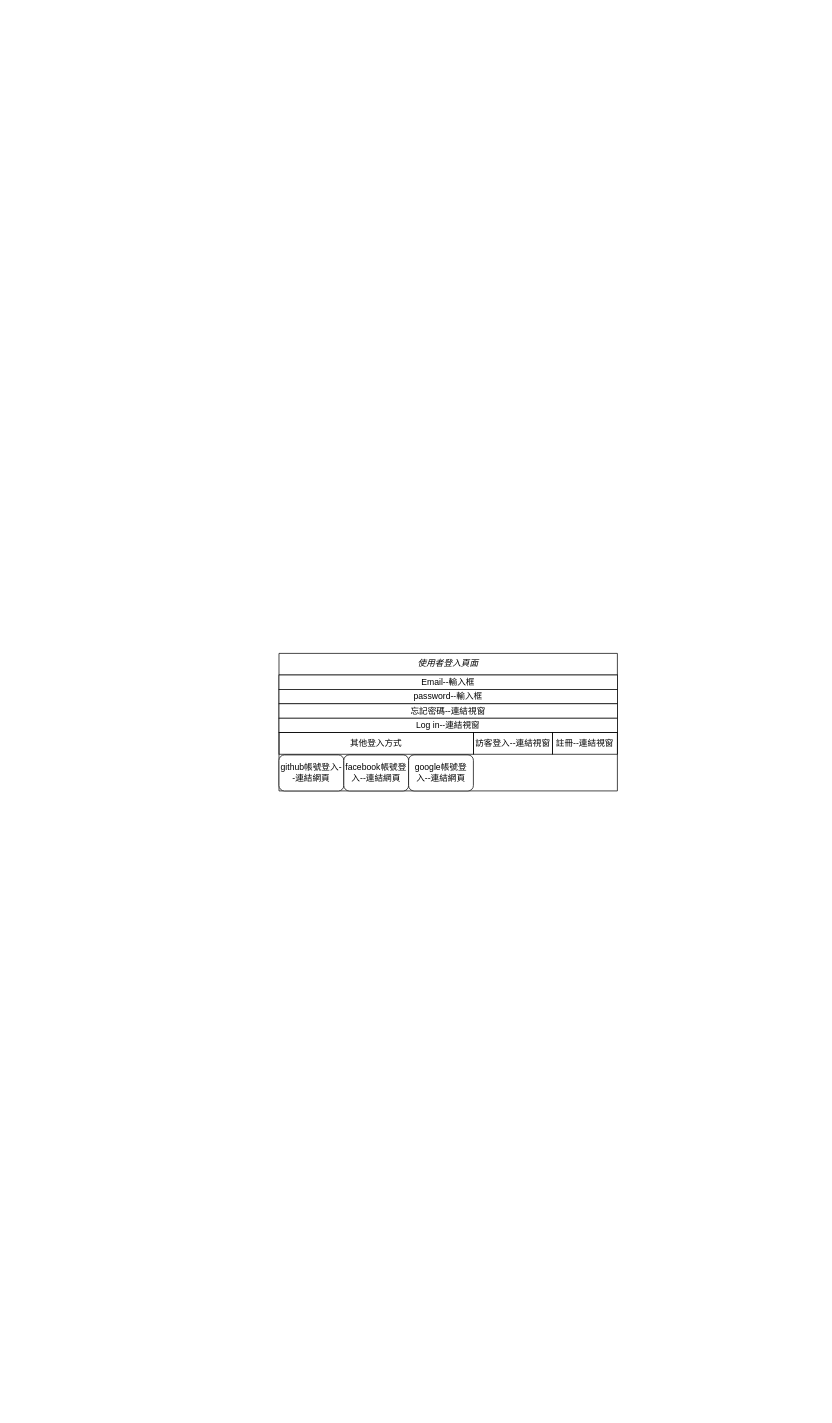
Earlier version of the draw.io diagram Untitled Diagram.drawio (mchotdog9046/dummy-git). Source tidied: cells renumbered, new cells numbered last; positions are measured from the earlier drawing's top-left corner, leaving out a move shared by most shapes. Both pictures are drawn from the tidied source at 72%, with x=0, y=0 at pixel (279, 653).
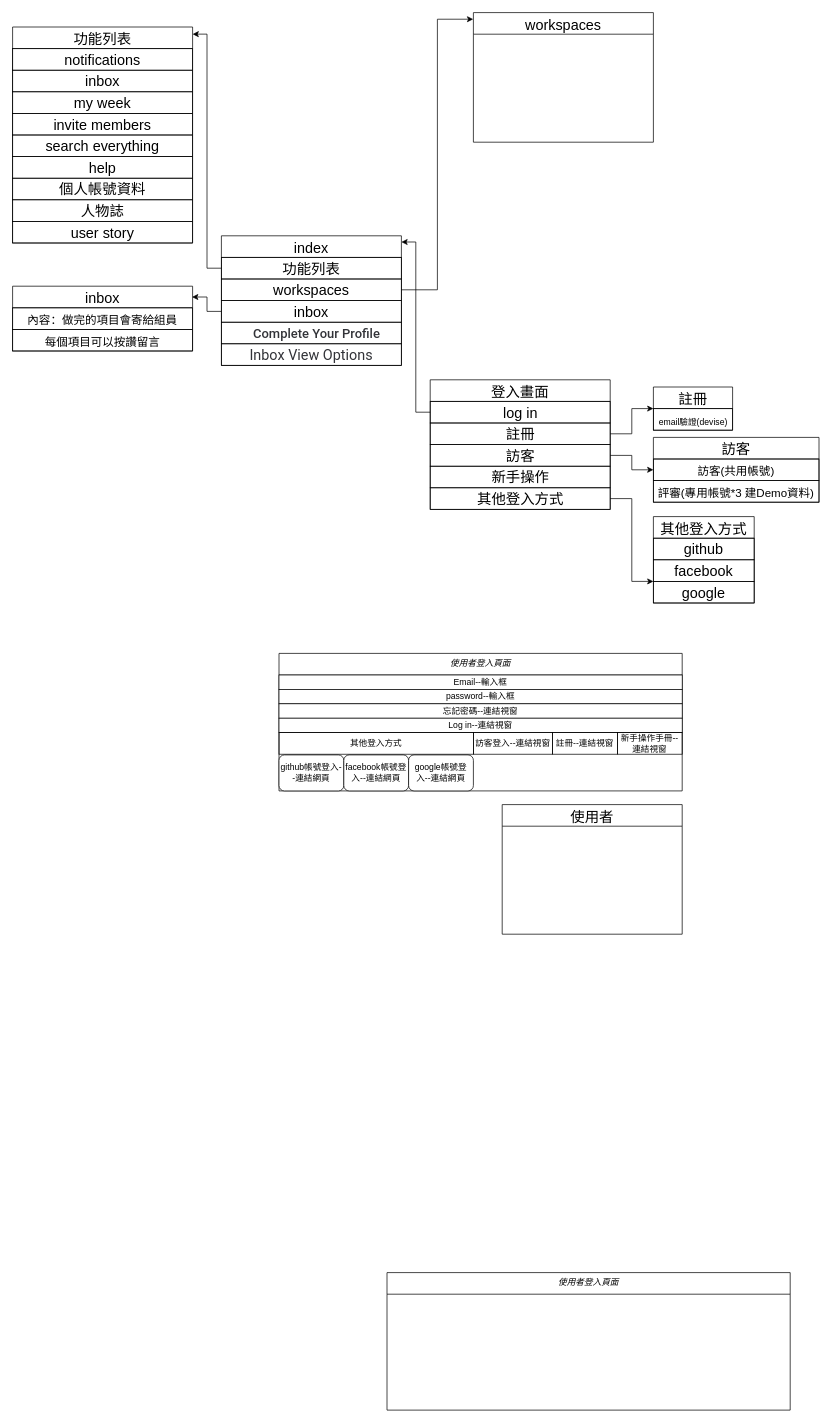
The same page after the edit.

Diff of the diagram source:
```diff
@@
+    <mxCell id="16" value="功能列表" style="swimlane;fontStyle=0;align=center;verticalAlign=middle;horizontal=1;startSize=30;rounded=0;shadow=0;strokeWidth=1;fontSize=20;" parent="1" vertex="1">
+      <mxGeometry x="-370" y="-870" width="250" height="300" as="geometry" />
+    </mxCell>
+    <mxCell id="17" value="notifications" style="rounded=0;whiteSpace=wrap;html=1;strokeColor=#000000;fillColor=none;gradientColor=none;fontSize=20;" parent="16" vertex="1">
+      <mxGeometry y="30" width="250" height="30" as="geometry" />
+    </mxCell>
+    <mxCell id="18" value="inbox" style="rounded=0;whiteSpace=wrap;html=1;strokeColor=#000000;fillColor=none;gradientColor=none;fontSize=20;" parent="16" vertex="1">
+      <mxGeometry y="60" width="250" height="30" as="geometry" />
+    </mxCell>
+    <mxCell id="19" value="my week" style="rounded=0;whiteSpace=wrap;html=1;strokeColor=#000000;fillColor=none;gradientColor=none;fontSize=20;" parent="16" vertex="1">
+      <mxGeometry y="90" width="250" height="30" as="geometry" />
+    </mxCell>
+    <mxCell id="20" value="invite members" style="rounded=0;whiteSpace=wrap;html=1;strokeColor=#000000;fillColor=none;gradientColor=none;fontSize=20;" parent="16" vertex="1">
+      <mxGeometry y="120" width="250" height="30" as="geometry" />
+    </mxCell>
+    <mxCell id="21" value="search everything" style="rounded=0;whiteSpace=wrap;html=1;strokeColor=#000000;fillColor=none;gradientColor=none;fontSize=20;" parent="16" vertex="1">
+      <mxGeometry y="150" width="250" height="30" as="geometry" />
+    </mxCell>
+    <mxCell id="22" value="help" style="rounded=0;whiteSpace=wrap;html=1;strokeColor=#000000;fillColor=none;gradientColor=none;fontSize=20;" parent="16" vertex="1">
+      <mxGeometry y="180" width="250" height="30" as="geometry" />
+    </mxCell>
+    <mxCell id="23" value="個人帳號資料" style="rounded=0;whiteSpace=wrap;html=1;strokeColor=#000000;fillColor=none;gradientColor=none;fontSize=20;" parent="16" vertex="1">
+      <mxGeometry y="210" width="250" height="30" as="geometry" />
+    </mxCell>
+    <mxCell id="24" value="人物誌" style="rounded=0;whiteSpace=wrap;html=1;strokeColor=#000000;fillColor=none;gradientColor=none;fontSize=20;" parent="16" vertex="1">
+      <mxGeometry y="240" width="250" height="30" as="geometry" />
+    </mxCell>
+    <mxCell id="25" value="user story&lt;br&gt;" style="rounded=0;whiteSpace=wrap;html=1;strokeColor=#000000;fillColor=none;gradientColor=none;fontSize=20;" parent="16" vertex="1">
+      <mxGeometry y="270" width="250" height="30" as="geometry" />
+    </mxCell>
+    <mxCell id="26" value="index" style="swimlane;fontStyle=0;align=center;verticalAlign=middle;horizontal=1;startSize=30;rounded=0;shadow=0;strokeWidth=1;fontSize=20;" parent="1" vertex="1">
+      <mxGeometry x="-80" y="-580" width="250" height="180" as="geometry" />
+    </mxCell>
+    <mxCell id="27" value="功能列表" style="rounded=0;whiteSpace=wrap;html=1;strokeColor=#000000;fillColor=none;gradientColor=none;fontSize=20;" parent="26" vertex="1">
+      <mxGeometry y="30" width="250" height="30" as="geometry" />
+    </mxCell>
+    <mxCell id="28" value="workspaces" style="rounded=0;whiteSpace=wrap;html=1;strokeColor=#000000;fillColor=none;gradientColor=none;fontSize=20;" parent="26" vertex="1">
+      <mxGeometry y="60" width="250" height="30" as="geometry" />
+    </mxCell>
+    <mxCell id="29" value="inbox" style="rounded=0;whiteSpace=wrap;html=1;strokeColor=#000000;fillColor=none;gradientColor=none;fontSize=20;" parent="26" vertex="1">
+      <mxGeometry y="90" width="250" height="30" as="geometry" />
+    </mxCell>
+    <mxCell id="30" value="&lt;h2 style=&quot;box-sizing: border-box ; font-family: &amp;#34;roboto&amp;#34; , &amp;#34;helvetica&amp;#34; , &amp;#34;arial&amp;#34; , sans-serif ; font-weight: 500 ; line-height: inherit ; color: rgb(50 , 51 , 56) ; margin: 0px 0px 0px 15px ; font-size: 18px ; padding: 0px ; border: 0px ; font-stretch: inherit ; vertical-align: baseline ; text-align: left ; background-color: rgb(255 , 255 , 255)&quot;&gt;Complete Your Profile&lt;/h2&gt;" style="rounded=0;whiteSpace=wrap;html=1;strokeColor=#000000;fillColor=none;gradientColor=none;fontSize=20;" parent="26" vertex="1">
+      <mxGeometry y="120" width="250" height="30" as="geometry" />
+    </mxCell>
+    <mxCell id="31" value="&lt;span style=&quot;color: rgb(50 , 51 , 56) ; font-family: &amp;#34;roboto&amp;#34; , &amp;#34;helvetica&amp;#34; , &amp;#34;arial&amp;#34; , sans-serif ; background-color: rgb(255 , 255 , 255)&quot;&gt;Inbox View Options&lt;/span&gt;" style="rounded=0;whiteSpace=wrap;html=1;strokeColor=#000000;fillColor=none;gradientColor=none;fontSize=20;" parent="26" vertex="1">
+      <mxGeometry y="150" width="250" height="30" as="geometry" />
+    </mxCell>
+    <mxCell id="32" value="inbox" style="swimlane;fontStyle=0;align=center;verticalAlign=middle;horizontal=1;startSize=30;rounded=0;shadow=0;strokeWidth=1;fontSize=20;" parent="1" vertex="1">
+      <mxGeometry x="-370" y="-510" width="250" height="90" as="geometry" />
+    </mxCell>
+    <mxCell id="33" value="&lt;span&gt;&lt;font style=&quot;font-size: 16px&quot;&gt;內容：做完的項目會寄給組員&lt;/font&gt;&lt;/span&gt;" style="rounded=0;whiteSpace=wrap;html=1;strokeColor=#000000;fillColor=none;gradientColor=none;fontSize=20;" parent="32" vertex="1">
+      <mxGeometry y="30" width="250" height="30" as="geometry" />
+    </mxCell>
+    <mxCell id="34" value="&lt;span&gt;&lt;font style=&quot;font-size: 16px&quot;&gt;每個項目可以按讚留言&lt;/font&gt;&lt;/span&gt;" style="rounded=0;whiteSpace=wrap;html=1;strokeColor=#000000;fillColor=none;gradientColor=none;fontSize=20;" parent="32" vertex="1">
+      <mxGeometry y="60" width="250" height="30" as="geometry" />
+    </mxCell>
     <mxCell id="2" value="使用者登入頁面" style="swimlane;fontStyle=2;align=center;verticalAlign=top;horizontal=1;startSize=30;rounded=0;shadow=0;strokeWidth=1;" parent="1" vertex="1">
-      <mxGeometry width="470" height="191" as="geometry" />
+      <mxGeometry width="560" height="191" as="geometry" />
     </mxCell>
     <mxCell id="3" value="Email--輸入框" style="rounded=0;whiteSpace=wrap;html=1;" parent="2" vertex="1">
-      <mxGeometry y="30" width="470" height="20" as="geometry" />
+      <mxGeometry y="30" width="560" height="20" as="geometry" />
     </mxCell>
     <mxCell id="4" value="password--輸入框" style="rounded=0;whiteSpace=wrap;html=1;" parent="2" vertex="1">
-      <mxGeometry y="50" width="470" height="20" as="geometry" />
+      <mxGeometry y="50" width="560" height="20" as="geometry" />
     </mxCell>
     <mxCell id="5" value="忘記密碼--連結視窗" style="rounded=0;whiteSpace=wrap;html=1;" parent="2" vertex="1">
-      <mxGeometry y="70" width="470" height="20" as="geometry" />
+      <mxGeometry y="70" width="560" height="20" as="geometry" />
     </mxCell>
     <mxCell id="6" value="Log in--連結視窗" style="rounded=0;whiteSpace=wrap;html=1;" parent="2" vertex="1">
-      <mxGeometry y="90" width="470" height="20" as="geometry" />
+      <mxGeometry y="90" width="560" height="20" as="geometry" />
     </mxCell>
     <mxCell id="7" style="group;" parent="2" vertex="1">
-      <mxGeometry y="110" width="470" height="81" as="geometry" />
+      <mxGeometry y="110" width="560" height="81" as="geometry" />
     </mxCell>
+    <mxCell id="35" value="新手操作手冊--連結視窗" style="rounded=0;whiteSpace=wrap;html=1;fillColor=none;gradientColor=none;" parent="7" vertex="1">
+      <mxGeometry x="470" width="90" height="30" as="geometry" />
+    </mxCell>
@@
+    <mxCell id="36" value="註冊" style="swimlane;fontStyle=0;align=center;verticalAlign=middle;horizontal=1;startSize=30;rounded=0;shadow=0;strokeWidth=1;fontSize=20;" parent="1" vertex="1">
+      <mxGeometry x="520" y="-370" width="110" height="60" as="geometry" />
+    </mxCell>
+    <mxCell id="37" value="&lt;span&gt;&lt;font style=&quot;font-size: 12px&quot;&gt;email驗證(devise)&lt;/font&gt;&lt;/span&gt;" style="text;html=1;align=center;verticalAlign=middle;fontSize=20;strokeColor=#000000;" parent="36" vertex="1">
+      <mxGeometry y="30" width="110" height="30" as="geometry" />
+    </mxCell>
+    <mxCell id="38" value="訪客" style="swimlane;fontStyle=0;align=center;verticalAlign=middle;horizontal=1;startSize=30;rounded=0;shadow=0;strokeWidth=1;fontSize=20;" parent="1" vertex="1">
+      <mxGeometry x="520" y="-300" width="230" height="90" as="geometry" />
+    </mxCell>
+    <mxCell id="39" value="&lt;span&gt;&lt;font style=&quot;font-size: 16px&quot;&gt;訪客(共用帳號)&lt;/font&gt;&lt;/span&gt;" style="rounded=0;whiteSpace=wrap;html=1;strokeColor=#000000;fillColor=none;gradientColor=none;fontSize=20;" parent="38" vertex="1">
+      <mxGeometry y="30" width="230" height="30" as="geometry" />
+    </mxCell>
+    <mxCell id="40" value="&lt;span&gt;&lt;font style=&quot;font-size: 16px&quot;&gt;評審(專用帳號*3 建Demo資料)&lt;/font&gt;&lt;/span&gt;" style="rounded=0;whiteSpace=wrap;html=1;strokeColor=#000000;fillColor=none;gradientColor=none;fontSize=20;" parent="38" vertex="1">
+      <mxGeometry y="60" width="230" height="30" as="geometry" />
+    </mxCell>
+    <mxCell id="41" value="其他登入方式" style="swimlane;fontStyle=0;align=center;verticalAlign=middle;horizontal=1;startSize=30;rounded=0;shadow=0;strokeWidth=1;fontSize=20;" parent="1" vertex="1">
+      <mxGeometry x="520" y="-190" width="140" height="120" as="geometry" />
+    </mxCell>
+    <mxCell id="42" value="&lt;font style=&quot;font-size: 20px&quot;&gt;github&lt;/font&gt;" style="whiteSpace=wrap;html=1;strokeColor=#000000;fillColor=none;gradientColor=none;fontSize=20;" parent="41" vertex="1">
+      <mxGeometry y="30" width="140" height="30" as="geometry" />
+    </mxCell>
+    <mxCell id="43" value="&lt;font style=&quot;font-size: 20px&quot;&gt;facebook&lt;/font&gt;" style="whiteSpace=wrap;html=1;strokeColor=#000000;fillColor=none;gradientColor=none;fontSize=20;" parent="41" vertex="1">
+      <mxGeometry y="60" width="140" height="30" as="geometry" />
+    </mxCell>
+    <mxCell id="44" value="&lt;font style=&quot;font-size: 20px&quot;&gt;google&lt;/font&gt;" style="whiteSpace=wrap;html=1;strokeColor=#000000;fillColor=none;gradientColor=none;fontSize=20;" parent="41" vertex="1">
+      <mxGeometry y="90" width="140" height="30" as="geometry" />
+    </mxCell>
+    <mxCell id="45" value="workspaces" style="swimlane;fontStyle=0;align=center;verticalAlign=middle;horizontal=1;startSize=30;rounded=0;shadow=0;strokeWidth=1;fontSize=20;" parent="1" vertex="1">
+      <mxGeometry x="270" y="-890" width="250" height="180" as="geometry" />
+    </mxCell>
+    <mxCell id="46" value="使用者登入頁面" style="swimlane;fontStyle=2;align=center;verticalAlign=top;horizontal=1;startSize=30;rounded=0;shadow=0;strokeWidth=1;" parent="1" vertex="1">
+      <mxGeometry x="150" y="860" width="560" height="191" as="geometry" />
+    </mxCell>
+    <mxCell id="47" value="使用者" style="swimlane;fontStyle=0;align=center;verticalAlign=middle;horizontal=1;startSize=30;rounded=0;shadow=0;strokeWidth=1;fontSize=20;" parent="1" vertex="1">
+      <mxGeometry x="310" y="210" width="250" height="180" as="geometry" />
+    </mxCell>
+    <mxCell id="48" value="登入畫面" style="swimlane;fontStyle=0;align=center;verticalAlign=middle;horizontal=1;startSize=30;rounded=0;shadow=0;strokeWidth=1;fontSize=20;" parent="1" vertex="1">
+      <mxGeometry x="210" y="-380" width="250" height="180" as="geometry" />
+    </mxCell>
+    <mxCell id="49" value="log in" style="text;html=1;align=center;verticalAlign=middle;points=[];fontSize=20;strokeColor=#000000;" parent="48" vertex="1">
+      <mxGeometry y="30" width="250" height="30" as="geometry" />
+    </mxCell>
+    <mxCell id="50" value="註冊" style="text;html=1;align=center;verticalAlign=middle;points=[];fontSize=20;strokeColor=#000000;" parent="48" vertex="1">
+      <mxGeometry y="60" width="250" height="30" as="geometry" />
+    </mxCell>
+    <mxCell id="51" value="訪客" style="text;html=1;align=center;verticalAlign=middle;points=[];fontSize=20;strokeColor=#000000;" parent="48" vertex="1">
+      <mxGeometry y="90" width="250" height="30" as="geometry" />
+    </mxCell>
+    <mxCell id="52" value="新手操作" style="text;html=1;align=center;verticalAlign=middle;fontSize=20;strokeColor=#000000;" parent="48" vertex="1">
+      <mxGeometry y="120" width="250" height="30" as="geometry" />
+    </mxCell>
+    <mxCell id="53" value="其他登入方式" style="text;html=1;align=center;verticalAlign=middle;points=[];fontSize=20;strokeColor=#000000;" parent="48" vertex="1">
+      <mxGeometry y="150" width="250" height="30" as="geometry" />
+    </mxCell>
+    <mxCell id="54" style="edgeStyle=orthogonalEdgeStyle;rounded=0;jettySize=auto;html=1;entryX=0;entryY=0.75;entryDx=0;entryDy=0;fontSize=20;" parent="1" edge="1" source="53" target="41">
+      <mxGeometry relative="1" as="geometry" />
+    </mxCell>
+    <mxCell id="55" style="edgeStyle=orthogonalEdgeStyle;rounded=0;jettySize=auto;html=1;entryX=0;entryY=0.5;entryDx=0;entryDy=0;fontSize=20;" parent="1" edge="1" source="50" target="36">
+      <mxGeometry relative="1" as="geometry" />
+    </mxCell>
+    <mxCell id="56" style="edgeStyle=orthogonalEdgeStyle;rounded=0;jettySize=auto;html=1;entryX=0;entryY=0.5;entryDx=0;entryDy=0;fontSize=20;" parent="1" edge="1" source="51" target="38">
+      <mxGeometry relative="1" as="geometry" />
+    </mxCell>
+    <mxCell id="57" style="edgeStyle=orthogonalEdgeStyle;rounded=0;jettySize=auto;html=1;entryX=1;entryY=0.048;entryDx=0;entryDy=0;entryPerimeter=0;fontSize=20;" parent="1" edge="1" source="49" target="26">
+      <mxGeometry relative="1" as="geometry" />
+    </mxCell>
+    <mxCell id="58" style="edgeStyle=orthogonalEdgeStyle;rounded=0;jettySize=auto;html=1;fontSize=20;entryX=-0.001;entryY=0.051;entryDx=0;entryDy=0;entryPerimeter=0;" parent="1" edge="1" source="28" target="45">
+      <mxGeometry relative="1" as="geometry" />
+    </mxCell>
+    <mxCell id="59" style="edgeStyle=orthogonalEdgeStyle;rounded=0;jettySize=auto;html=1;fontSize=20;entryX=1;entryY=0.033;entryDx=0;entryDy=0;entryPerimeter=0;" parent="1" edge="1" source="27" target="16">
+      <mxGeometry relative="1" as="geometry" />
+    </mxCell>
+    <mxCell id="60" style="edgeStyle=orthogonalEdgeStyle;rounded=0;jettySize=auto;html=1;entryX=0.997;entryY=0.167;entryDx=0;entryDy=0;entryPerimeter=0;fontSize=20;" parent="1" edge="1" source="29" target="32">
+      <mxGeometry relative="1" as="geometry" />
+    </mxCell>
```
